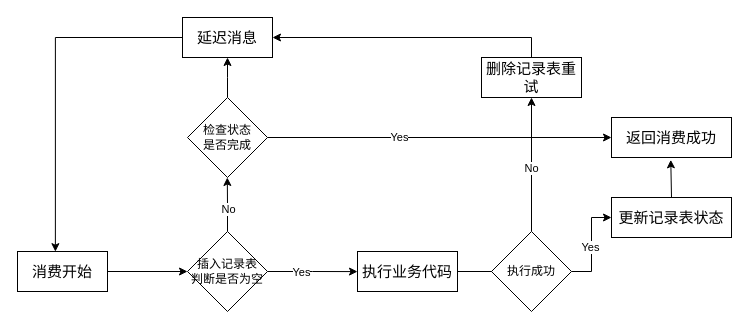
The draw.io diagram java.drawio in dyzmj/drawio, before the edit. Source tidied: cells renumbered, new cells numbered last; positions are measured from the earlier drawing's top-left corner, leaving out a move shared by most shapes. Both pictures are drawn from the tidied source at 100%, with x=0, y=0 at pixel (17, 17).
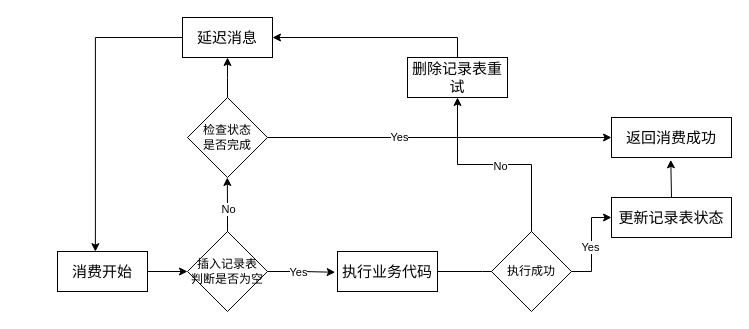
The same page after the edit.

The change refers to these unchanged cells:
```xml
<mxCell id="8" value="插入记录表&lt;div&gt;判断是否为空&lt;/div&gt;" style="rhombus;whiteSpace=wrap;html=1;" parent="1" vertex="1">
  <mxGeometry x="170" y="214" width="80" height="80" as="geometry" />
</mxCell>
```

What changed in the source:
```diff
@@
     <mxCell id="3" value="&lt;font style=&quot;font-size: 15px;&quot;&gt;消费开始&lt;/font&gt;" style="rounded=0;whiteSpace=wrap;html=1;" parent="1" vertex="1">
-      <mxGeometry y="234" width="90" height="40" as="geometry" />
+      <mxGeometry x="40" y="234" width="90" height="40" as="geometry" />
     </mxCell>
-    <mxCell id="4" style="edgeStyle=orthogonalEdgeStyle;rounded=0;jettySize=auto;html=1;exitX=1;exitY=0.5;exitDx=0;exitDy=0;" parent="1" edge="1" source="8">
-      <mxGeometry relative="1" as="geometry">
-        <mxPoint x="340" y="254.1" as="targetPoint" />
-      </mxGeometry>
-    </mxCell>
-    <mxCell id="5" value="Yes" style="edgeLabel;html=1;align=center;verticalAlign=middle;" parent="4" vertex="1">
-      <mxGeometry x="-0.28" relative="1" as="geometry" />
-    </mxCell>
@@
     <mxCell id="10" value="&lt;font style=&quot;font-size: 15px;&quot;&gt;执行业务代码&lt;/font&gt;" style="rounded=0;whiteSpace=wrap;html=1;" parent="1" vertex="1">
-      <mxGeometry x="340" y="234" width="100" height="40" as="geometry" />
+      <mxGeometry x="320" y="234" width="100" height="40" as="geometry" />
     </mxCell>
@@
     <mxCell id="17" value="&lt;font style=&quot;font-size: 15px;&quot;&gt;删除记录表重试&lt;/font&gt;" style="rounded=0;whiteSpace=wrap;html=1;" parent="1" vertex="1">
-      <mxGeometry x="464" y="40" width="100" height="40" as="geometry" />
+      <mxGeometry x="390" y="40" width="100" height="40" as="geometry" />
     </mxCell>
@@
+    <mxCell id="27" style="edgeStyle=orthogonalEdgeStyle;rounded=0;jettySize=auto;html=1;exitX=1;exitY=0.5;exitDx=0;exitDy=0;entryX=-0.023;entryY=0.519;entryDx=0;entryDy=0;entryPerimeter=0;" parent="1" edge="1" source="8" target="10">
+      <mxGeometry relative="1" as="geometry" />
+    </mxCell>
+    <mxCell id="5" value="Yes" style="edgeLabel;html=1;align=center;verticalAlign=middle;" parent="27" vertex="1">
+      <mxGeometry x="-0.12" relative="1" as="geometry" />
+    </mxCell>
```
